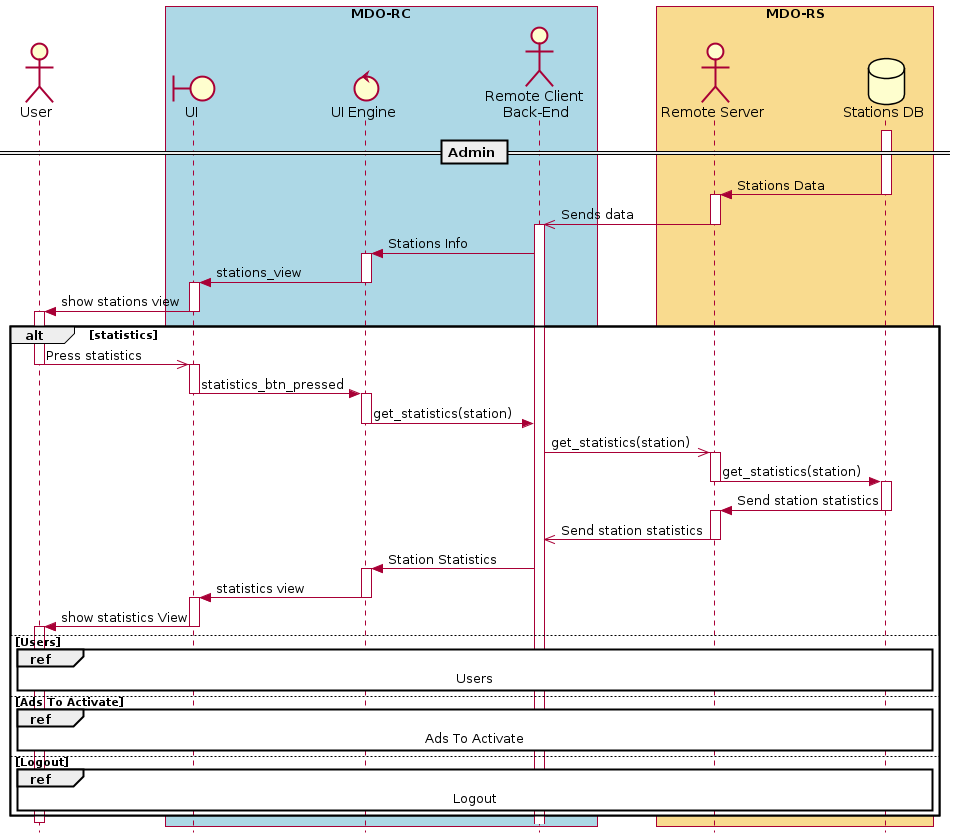
This is Proj/report/img/seq-rc-admin-statistics.png from ElectroQuanta/MDO, a PlantUML export, as it was before one commit.
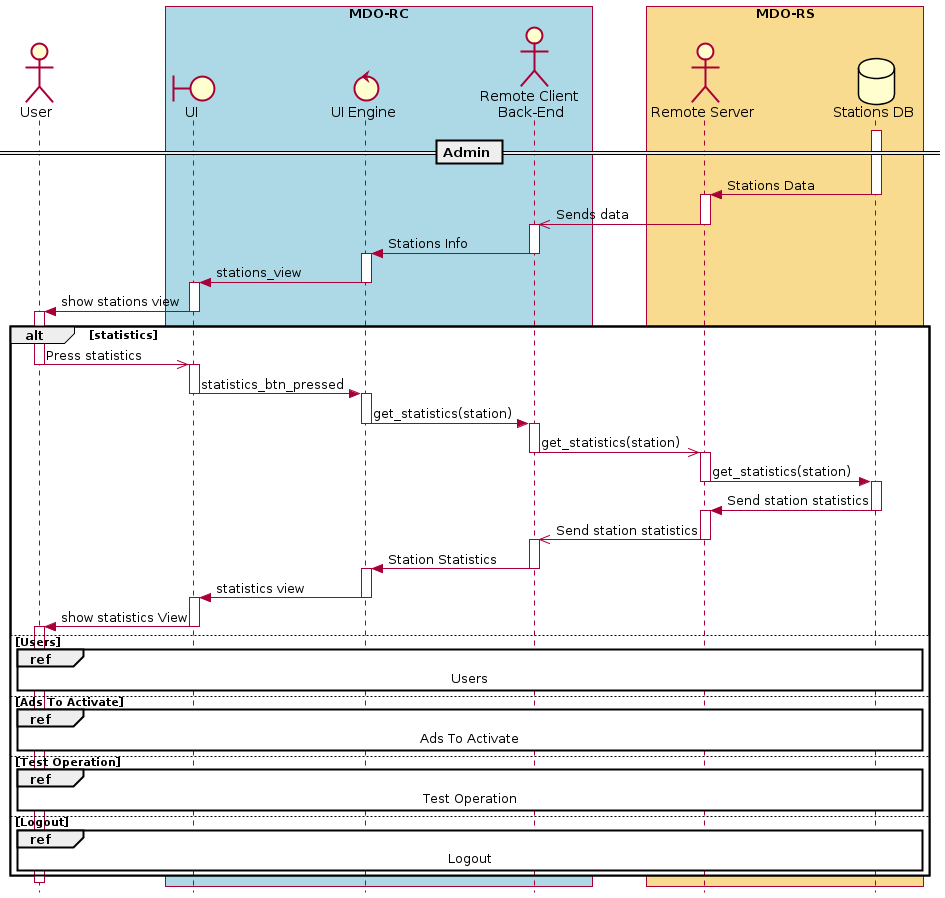
Later version of the same file.

Change to the diagram source:
```diff
@@ -23,6 +23,7 @@
 deactivate RS
 activate RC
 RC -> UIE : Stations Info
+deactivate RC
 activate UIE
 UIE -> UI : stations_view
 deactivate UIE
@@ -39,7 +40,9 @@
  activate UIE
  UIE -> RC : get_statistics(station)
  deactivate UIE
+ activate RC
  RC ->> RS : get_statistics(station)
+ deactivate RC
  activate RS
  RS -> StationDB : get_statistics(station)
  deactivate RS
@@ -49,7 +52,9 @@
  activate RS
  RS ->> RC : Send station statistics
  deactivate RS
+ activate RC
  RC -> UIE : Station Statistics
+ deactivate RC
  activate UIE
  UIE -> UI : statistics view
  deactivate UIE
@@ -59,10 +64,11 @@
  activate User
 else Users
  ref over User, UI, UIE, RC, RS, StationDB : Users
-
-else Ads To Activate
+ else Ads To Activate
  ref over User, UI, UIE, RC, RS, StationDB : Ads To Activate
-else Logout
+ else Test Operation
+ref over User, UI, UIE, RC, RS, StationDB : Test Operation
+ else Logout
 ref over User, UI, UIE, RC, RS, StationDB : Logout
 end
 deactivate User
```
